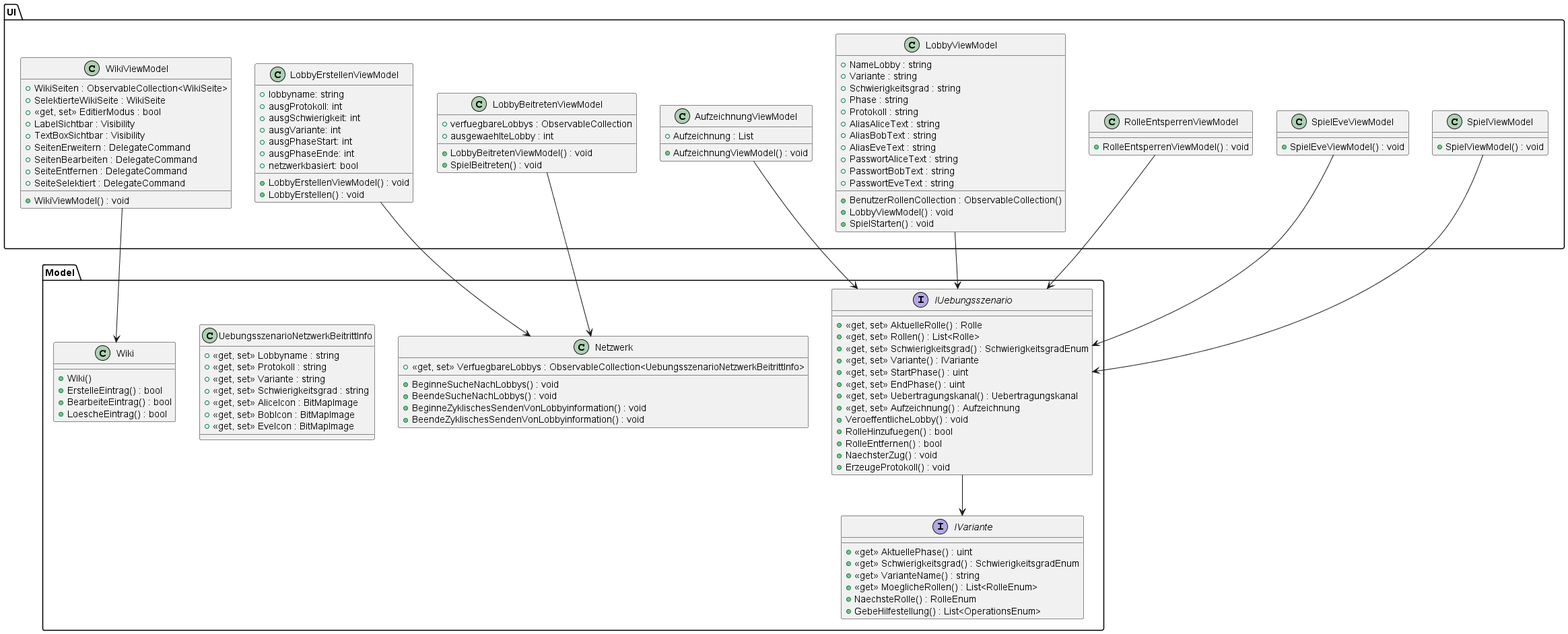
Above: 02_Entwurf/Schnittstellendiagramm/name.png in Jonas-Ha/quakrypto (PlantUML), before the change.
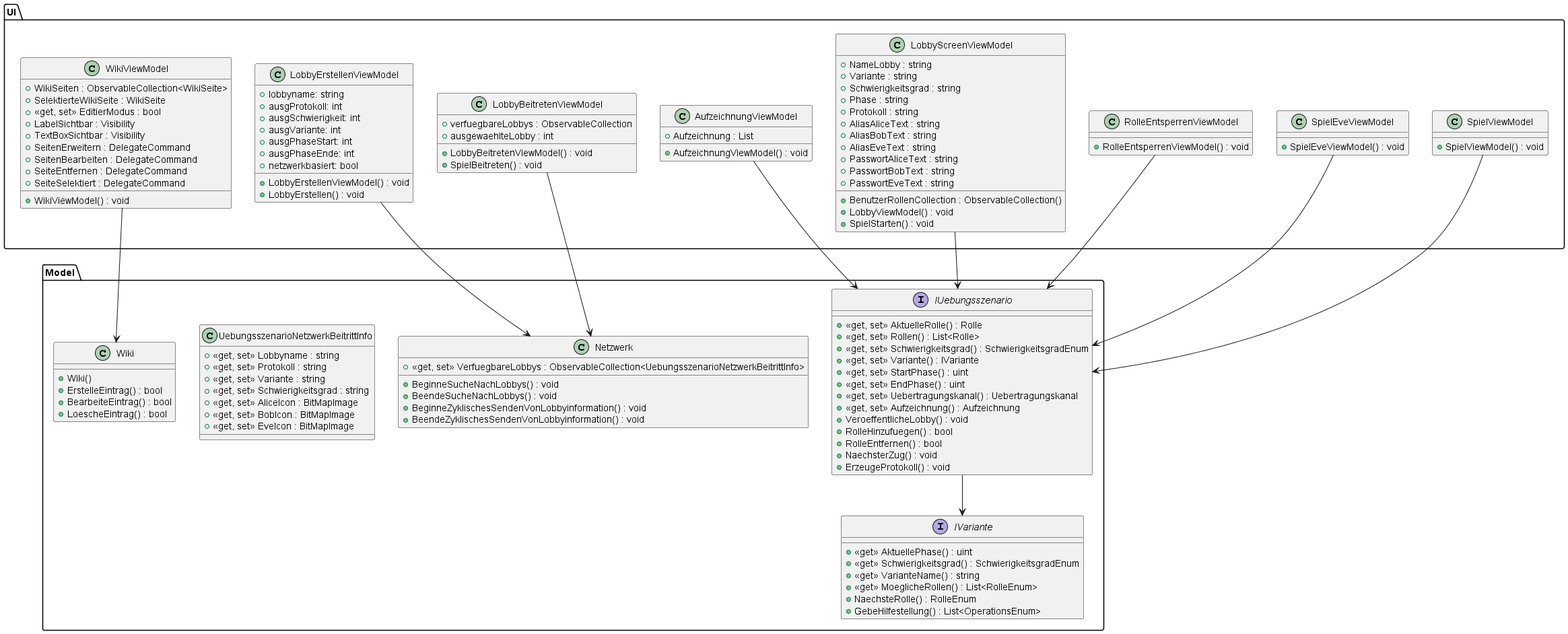
After the change.

Commit message:
Schnittstellendiagramm angepasst Name: LobbyViewModel auf LobbyScreenViewModel geändert

Diff of the diagram source:
```diff
@@ -86,7 +86,7 @@
 			+ SpielBeitreten() : void
 		}
 
-		class LobbyViewModel
+		class LobbyScreenViewModel
 		{
 			+ NameLobby : string
 			+ Variante : string
@@ -141,7 +141,7 @@
 	}
 }
 
-LobbyViewModel-->IUebungsszenario
+LobbyScreenViewModel-->IUebungsszenario
 AufzeichnungViewModel-->IUebungsszenario
 SpielViewModel-->IUebungsszenario
 SpielEveViewModel-->IUebungsszenario
```
